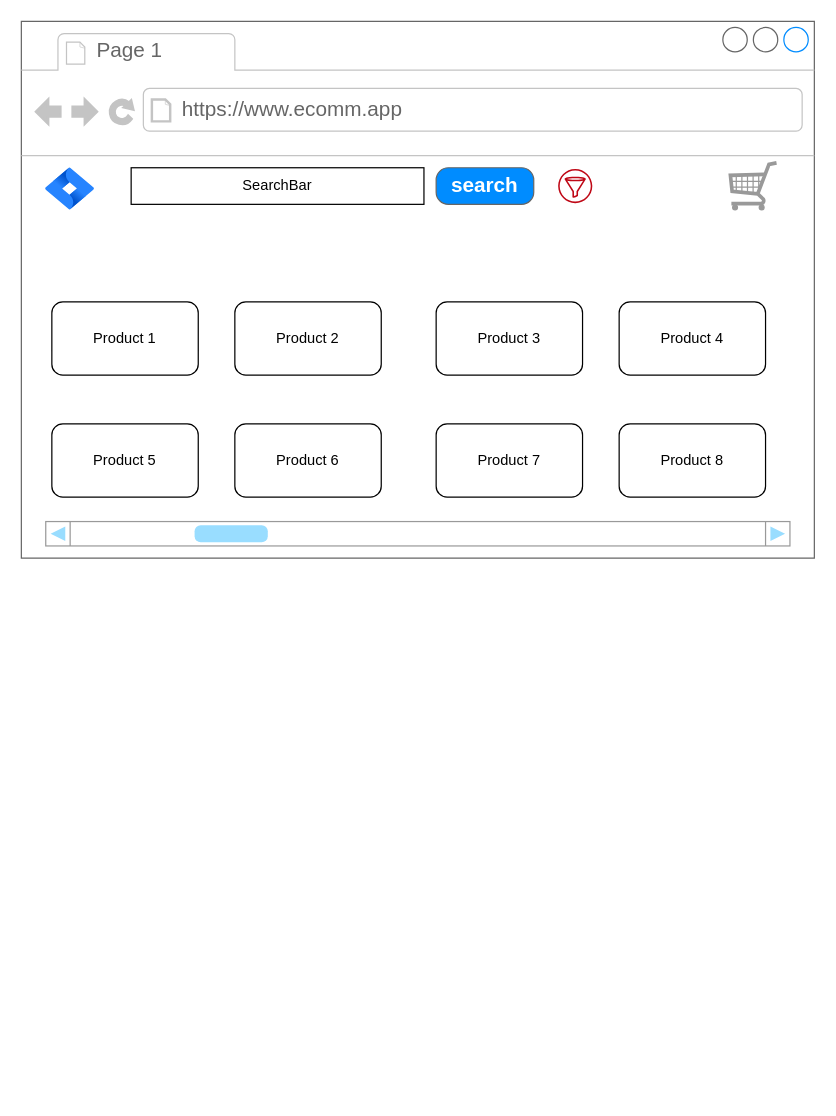
AlphacodelabsDemo/E-Commerce-App keeps this draw.io diagram as page "search -ms" (1 of 2) of wishlist-ms.drawio. Above is the earlier version. Source tidied: cells renumbered, new cells numbered last; positions are measured from the earlier drawing's top-left corner, leaving out a move shared by most shapes. Both pictures are drawn from the tidied source at 122%, with x=0, y=0 at pixel (21, 21).
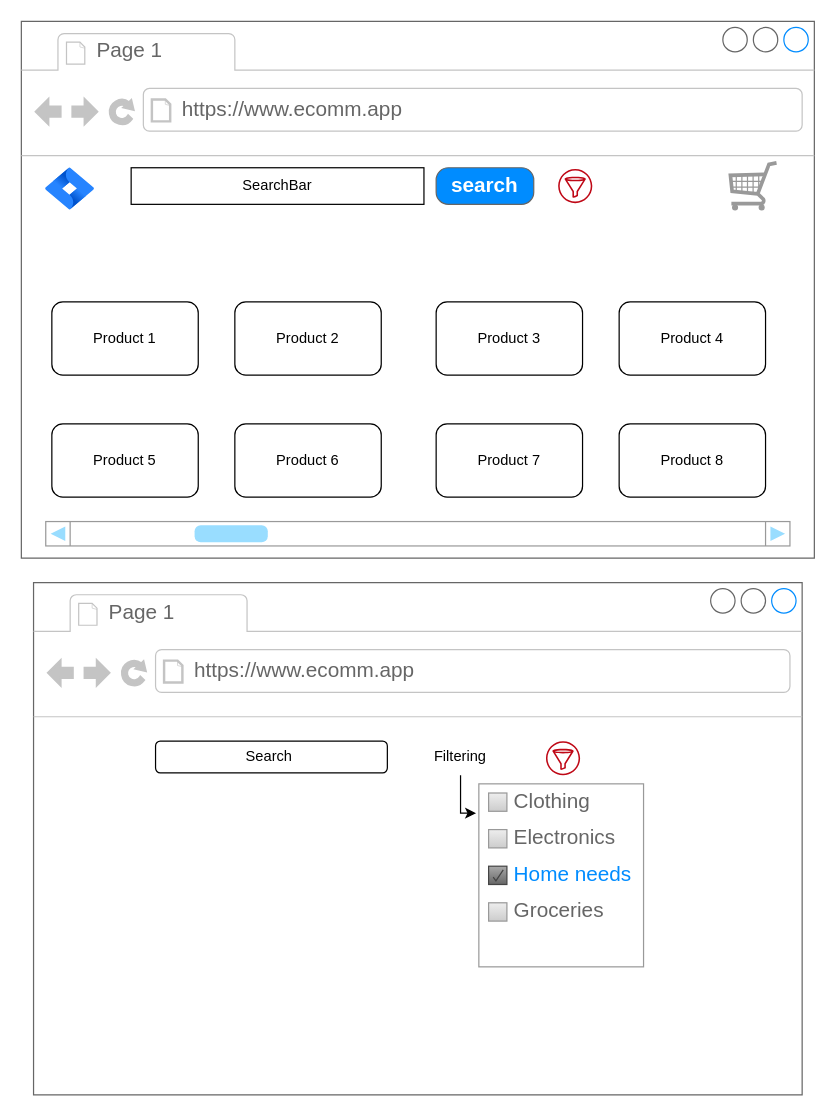
After the change.

Change to the diagram source:
```diff
@@
+    <mxCell id="20" style="strokeWidth=1;shadow=0;dashed=0;align=center;html=1;shape=mxgraph.mockup.containers.browserWindow;rSize=0;strokeColor=#666666;strokeColor2=#008cff;strokeColor3=#c4c4c4;mainText=,;" parent="1" vertex="1">
+      <mxGeometry x="10" y="460" width="630" height="420" as="geometry" />
+    </mxCell>
+    <mxCell id="21" value="Page 1" style="strokeWidth=1;shadow=0;dashed=0;align=center;html=1;shape=mxgraph.mockup.containers.anchor;fontSize=17;fontColor=#666666;align=left;whiteSpace=wrap;" parent="20" vertex="1">
+      <mxGeometry x="60" y="12" width="110" height="26" as="geometry" />
+    </mxCell>
+    <mxCell id="22" value="https://www.ecomm.app" style="strokeWidth=1;shadow=0;dashed=0;align=center;html=1;shape=mxgraph.mockup.containers.anchor;rSize=0;fontSize=17;fontColor=#666666;align=left;" parent="20" vertex="1">
+      <mxGeometry x="130" y="60" width="250" height="26" as="geometry" />
+    </mxCell>
+    <mxCell id="23" style="sketch=0;fontColor=#232F3E;gradientColor=none;fillColor=#BF0816;strokeColor=none;dashed=0;verticalLabelPosition=bottom;verticalAlign=top;align=center;html=1;fontSize=12;fontStyle=0;shape=mxgraph.aws4.filtering_rule;" parent="20" vertex="1">
+      <mxGeometry x="420" y="130" width="28" height="28" as="geometry" />
+    </mxCell>
+    <mxCell id="24" style="strokeWidth=1;shadow=0;dashed=0;align=center;html=1;shape=mxgraph.mockup.forms.rrect;rSize=0;strokeColor=#999999;fillColor=#ffffff;direction=south;" parent="20" vertex="1">
+      <mxGeometry x="365" y="165" width="135" height="150" as="geometry" />
+    </mxCell>
+    <mxCell id="25" value="Clothing" style="strokeWidth=1;shadow=0;dashed=0;align=center;html=1;shape=mxgraph.mockup.forms.rrect;rSize=0;fillColor=#eeeeee;strokeColor=#999999;gradientColor=#cccccc;align=left;spacingLeft=4;fontSize=17;fontColor=#666666;labelPosition=right;" parent="24" vertex="1">
+      <mxGeometry x="8" y="7.5" width="15" height="15" as="geometry" />
+    </mxCell>
+    <mxCell id="26" value="Electronics" style="strokeWidth=1;shadow=0;dashed=0;align=center;html=1;shape=mxgraph.mockup.forms.rrect;rSize=0;fillColor=#eeeeee;strokeColor=#999999;gradientColor=#cccccc;align=left;spacingLeft=4;fontSize=17;fontColor=#666666;labelPosition=right;" parent="24" vertex="1">
+      <mxGeometry x="8" y="37.5" width="15" height="15" as="geometry" />
+    </mxCell>
+    <mxCell id="27" value="Home needs" style="strokeWidth=1;shadow=0;dashed=0;align=center;html=1;shape=mxgraph.mockup.forms.checkbox;rSize=0;fillColor=#aaaaaa;strokeColor=#444444;gradientColor=#666666;align=left;spacingLeft=4;fontSize=17;fontColor=#008cff;labelPosition=right;" parent="24" vertex="1">
+      <mxGeometry x="8" y="67.5" width="15" height="15" as="geometry" />
+    </mxCell>
+    <mxCell id="28" value="Groceries" style="strokeWidth=1;shadow=0;dashed=0;align=center;html=1;shape=mxgraph.mockup.forms.rrect;rSize=0;fillColor=#eeeeee;strokeColor=#999999;gradientColor=#cccccc;align=left;spacingLeft=4;fontSize=17;fontColor=#666666;labelPosition=right;" parent="24" vertex="1">
+      <mxGeometry x="8" y="97.5" width="15" height="15" as="geometry" />
+    </mxCell>
+    <mxCell id="29" style="edgeStyle=orthogonalEdgeStyle;rounded=0;jettySize=auto;html=1;entryX=0.16;entryY=1.017;entryDx=0;entryDy=0;entryPerimeter=0;" parent="20" edge="1" source="30" target="24">
+      <mxGeometry relative="1" as="geometry">
+        <Array as="points">
+          <mxPoint x="350" y="189" />
+        </Array>
+      </mxGeometry>
+    </mxCell>
+    <mxCell id="30" value="Filtering" style="text;html=1;strokeColor=none;fillColor=none;align=center;verticalAlign=middle;whiteSpace=wrap;rounded=0;" parent="20" vertex="1">
+      <mxGeometry x="320" y="128" width="60" height="30" as="geometry" />
+    </mxCell>
+    <mxCell id="31" value="Search&amp;nbsp;" style="rounded=1;whiteSpace=wrap;html=1;" parent="20" vertex="1">
+      <mxGeometry x="100" y="130" width="190" height="26" as="geometry" />
+    </mxCell>
```
